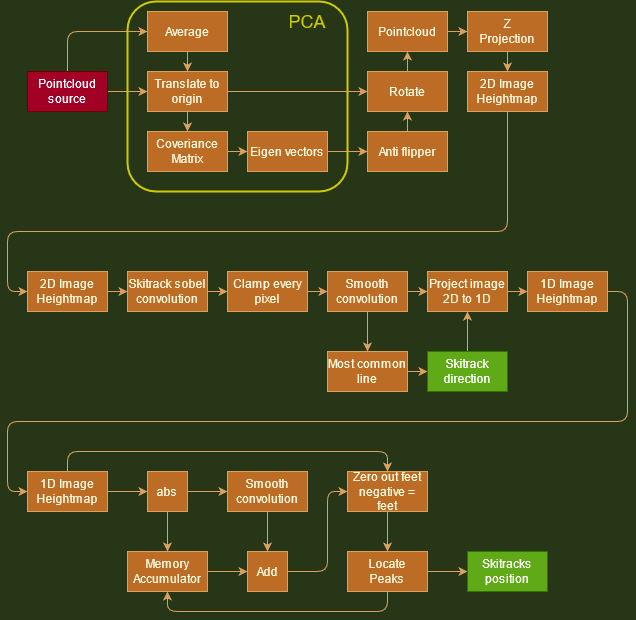
KenthJohan/lidar_skitrack keeps this draw.io diagram as skitrackalg.png. Above is the earlier version. Source tidied: cells renumbered, new cells last; positions are measured from the earlier drawing's top-left corner, leaving out a move shared by most shapes.
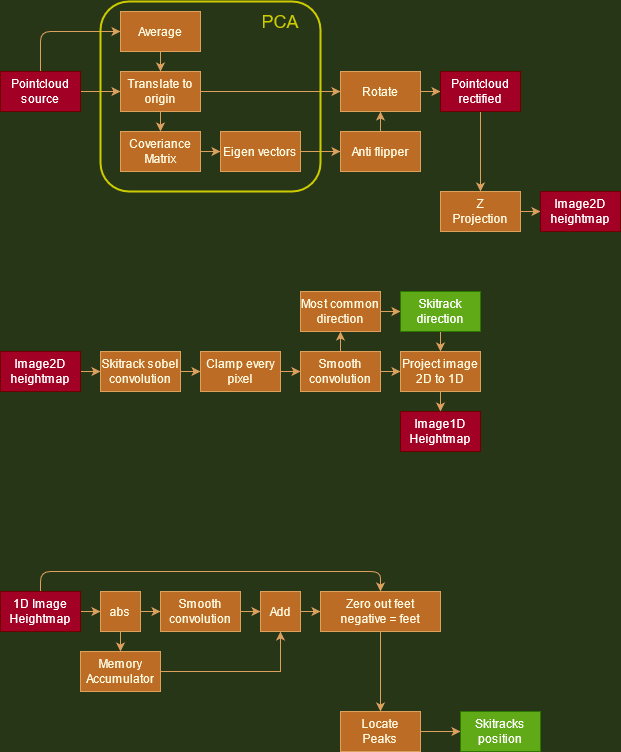
The same file after the commit.

What changed in the source:
```diff
@@ -29,7 +29,7 @@
     <mxCell id="10" value="Pointcloud&lt;br&gt;source" style="rounded=0;whiteSpace=wrap;html=1;fillColor=#a20025;strokeColor=#6F0000;fontColor=#ffffff;" parent="1" vertex="1">
       <mxGeometry x="20" y="70" width="80" height="40" as="geometry" />
     </mxCell>
-    <mxCell id="11" style="edgeStyle=orthogonalEdgeStyle;curved=0;rounded=1;sketch=0;jettySize=auto;html=1;exitX=0.5;exitY=0;exitDx=0;exitDy=0;entryX=0.5;entryY=1;entryDx=0;entryDy=0;strokeColor=#DDA15E;fillColor=#BC6C25;fontColor=#FEFAE0;" parent="1" edge="1" source="12" target="19">
+    <mxCell id="11" style="edgeStyle=orthogonalEdgeStyle;rounded=0;jettySize=auto;html=1;exitX=1;exitY=0.5;exitDx=0;exitDy=0;entryX=0;entryY=0.5;entryDx=0;entryDy=0;strokeColor=#DDA15E;" parent="1" edge="1" source="12" target="19">
       <mxGeometry relative="1" as="geometry" />
     </mxCell>
     <mxCell id="12" value="Rotate" style="rounded=0;whiteSpace=wrap;html=1;fillColor=#BC6C25;strokeColor=#DDA15E;fontColor=#FEFAE0;" parent="1" vertex="1">
@@ -50,69 +50,59 @@
     <mxCell id="17" value="Average" style="rounded=0;whiteSpace=wrap;html=1;fillColor=#BC6C25;strokeColor=#DDA15E;fontColor=#FEFAE0;" parent="1" vertex="1">
       <mxGeometry x="140" y="10" width="80" height="40" as="geometry" />
     </mxCell>
-    <mxCell id="18" style="edgeStyle=orthogonalEdgeStyle;curved=0;rounded=1;sketch=0;jettySize=auto;html=1;exitX=1;exitY=0.5;exitDx=0;exitDy=0;entryX=0;entryY=0.5;entryDx=0;entryDy=0;strokeColor=#DDA15E;fillColor=#BC6C25;fontColor=#FEFAE0;" parent="1" edge="1" source="19" target="41">
+    <mxCell id="18" style="edgeStyle=orthogonalEdgeStyle;rounded=0;jettySize=auto;html=1;exitX=0.5;exitY=1;exitDx=0;exitDy=0;entryX=0.5;entryY=0;entryDx=0;entryDy=0;strokeColor=#DDA15E;" parent="1" edge="1" source="19" target="41">
       <mxGeometry relative="1" as="geometry" />
     </mxCell>
-    <mxCell id="19" value="Pointcloud" style="rounded=0;whiteSpace=wrap;html=1;fillColor=#BC6C25;strokeColor=#DDA15E;fontColor=#FEFAE0;glass=0;sketch=0;shadow=0;absoluteArcSize=0;snapToPoint=1;" parent="1" vertex="1">
-      <mxGeometry x="360" y="10" width="80" height="40" as="geometry" />
+    <mxCell id="19" value="Pointcloud&lt;br&gt;rectified" style="rounded=0;whiteSpace=wrap;html=1;fillColor=#a20025;strokeColor=#6F0000;fontColor=#ffffff;glass=0;sketch=0;shadow=0;absoluteArcSize=0;snapToPoint=1;" parent="1" vertex="1">
+      <mxGeometry x="460" y="70" width="80" height="40" as="geometry" />
     </mxCell>
     <mxCell id="20" style="edgeStyle=orthogonalEdgeStyle;curved=0;rounded=1;sketch=0;jettySize=auto;html=1;exitX=1;exitY=0.5;exitDx=0;exitDy=0;entryX=0;entryY=0.5;entryDx=0;entryDy=0;strokeColor=#DDA15E;fillColor=#BC6C25;fontColor=#FEFAE0;" parent="1" edge="1" source="21" target="23">
       <mxGeometry relative="1" as="geometry" />
     </mxCell>
-    <mxCell id="21" value="2D Image&lt;br&gt;Heightmap" style="rounded=0;whiteSpace=wrap;html=1;fillColor=#BC6C25;strokeColor=#DDA15E;fontColor=#FEFAE0;" parent="1" vertex="1">
-      <mxGeometry x="20" y="270" width="80" height="40" as="geometry" />
+    <mxCell id="21" value="Image2D&lt;br&gt;heightmap" style="rounded=0;whiteSpace=wrap;html=1;fillColor=#a20025;strokeColor=#6F0000;fontColor=#ffffff;" parent="1" vertex="1">
+      <mxGeometry x="20" y="350" width="80" height="40" as="geometry" />
     </mxCell>
     <mxCell id="22" style="edgeStyle=orthogonalEdgeStyle;curved=0;rounded=1;sketch=0;jettySize=auto;html=1;exitX=1;exitY=0.5;exitDx=0;exitDy=0;entryX=0;entryY=0.5;entryDx=0;entryDy=0;strokeColor=#DDA15E;fillColor=#BC6C25;fontColor=#FEFAE0;" parent="1" edge="1" source="23" target="25">
       <mxGeometry relative="1" as="geometry" />
     </mxCell>
     <mxCell id="23" value="Skitrack sobel&lt;br&gt;convolution" style="rounded=0;whiteSpace=wrap;html=1;fillColor=#BC6C25;strokeColor=#DDA15E;fontColor=#FEFAE0;" parent="1" vertex="1">
-      <mxGeometry x="120" y="270" width="80" height="40" as="geometry" />
+      <mxGeometry x="120" y="350" width="80" height="40" as="geometry" />
     </mxCell>
     <mxCell id="24" style="edgeStyle=orthogonalEdgeStyle;curved=0;rounded=1;sketch=0;jettySize=auto;html=1;exitX=1;exitY=0.5;exitDx=0;exitDy=0;entryX=0;entryY=0.5;entryDx=0;entryDy=0;strokeColor=#DDA15E;fillColor=#BC6C25;fontColor=#FEFAE0;" parent="1" edge="1" source="25" target="28">
       <mxGeometry relative="1" as="geometry" />
     </mxCell>
     <mxCell id="25" value="Clamp every pixel" style="rounded=0;whiteSpace=wrap;html=1;fillColor=#BC6C25;strokeColor=#DDA15E;fontColor=#FEFAE0;" parent="1" vertex="1">
-      <mxGeometry x="220" y="270" width="80" height="40" as="geometry" />
+      <mxGeometry x="220" y="350" width="80" height="40" as="geometry" />
     </mxCell>
+    <mxCell id="27" style="edgeStyle=orthogonalEdgeStyle;curved=0;rounded=1;sketch=0;jettySize=auto;html=1;exitX=1;exitY=0.5;exitDx=0;exitDy=0;entryX=0;entryY=0.5;entryDx=0;entryDy=0;strokeColor=#DDA15E;fillColor=#BC6C25;fontColor=#FEFAE0;" parent="1" edge="1" source="28" target="32">
+      <mxGeometry relative="1" as="geometry" />
+    </mxCell>
-    <mxCell id="26" style="edgeStyle=orthogonalEdgeStyle;curved=0;rounded=1;sketch=0;jettySize=auto;html=1;exitX=0.5;exitY=1;exitDx=0;exitDy=0;entryX=0.5;entryY=0;entryDx=0;entryDy=0;strokeColor=#DDA15E;fillColor=#BC6C25;fontColor=#FEFAE0;" parent="1" edge="1" source="28" target="30">
+    <mxCell id="26" style="edgeStyle=orthogonalEdgeStyle;rounded=0;jettySize=auto;html=1;exitX=0.5;exitY=0;exitDx=0;exitDy=0;entryX=0.5;entryY=1;entryDx=0;entryDy=0;strokeColor=#DDA15E;" parent="1" edge="1" source="28" target="30">
       <mxGeometry relative="1" as="geometry" />
     </mxCell>
-    <mxCell id="27" style="edgeStyle=orthogonalEdgeStyle;curved=0;rounded=1;sketch=0;jettySize=auto;html=1;exitX=1;exitY=0.5;exitDx=0;exitDy=0;entryX=0;entryY=0.5;entryDx=0;entryDy=0;strokeColor=#DDA15E;fillColor=#BC6C25;fontColor=#FEFAE0;" parent="1" edge="1" source="28" target="32">
-      <mxGeometry relative="1" as="geometry" />
-    </mxCell>
     <mxCell id="28" value="Smooth&lt;br&gt;convolution" style="rounded=0;whiteSpace=wrap;html=1;fillColor=#BC6C25;strokeColor=#DDA15E;fontColor=#FEFAE0;" parent="1" vertex="1">
-      <mxGeometry x="320" y="270" width="80" height="40" as="geometry" />
+      <mxGeometry x="320" y="350" width="80" height="40" as="geometry" />
     </mxCell>
     <mxCell id="29" style="edgeStyle=orthogonalEdgeStyle;curved=0;rounded=1;sketch=0;jettySize=auto;html=1;exitX=1;exitY=0.5;exitDx=0;exitDy=0;entryX=0;entryY=0.5;entryDx=0;entryDy=0;strokeColor=#DDA15E;fillColor=#BC6C25;fontColor=#FEFAE0;" parent="1" edge="1" source="30" target="34">
       <mxGeometry relative="1" as="geometry" />
     </mxCell>
-    <mxCell id="30" value="Most common line" style="rounded=0;whiteSpace=wrap;html=1;fillColor=#BC6C25;strokeColor=#DDA15E;fontColor=#FEFAE0;" parent="1" vertex="1">
-      <mxGeometry x="320" y="350" width="80" height="40" as="geometry" />
+    <mxCell id="30" value="Most common direction" style="rounded=0;whiteSpace=wrap;html=1;fillColor=#BC6C25;strokeColor=#DDA15E;fontColor=#FEFAE0;" parent="1" vertex="1">
+      <mxGeometry x="320" y="290" width="80" height="40" as="geometry" />
     </mxCell>
-    <mxCell id="31" style="edgeStyle=orthogonalEdgeStyle;curved=0;rounded=1;sketch=0;jettySize=auto;html=1;exitX=1;exitY=0.5;exitDx=0;exitDy=0;entryX=0;entryY=0.5;entryDx=0;entryDy=0;strokeColor=#DDA15E;fillColor=#BC6C25;fontColor=#FEFAE0;" parent="1" edge="1" source="32" target="36">
+    <mxCell id="31" style="edgeStyle=orthogonalEdgeStyle;rounded=0;jettySize=auto;html=1;exitX=0.5;exitY=1;exitDx=0;exitDy=0;entryX=0.5;entryY=0;entryDx=0;entryDy=0;strokeColor=#DDA15E;" parent="1" edge="1" source="32" target="36">
       <mxGeometry relative="1" as="geometry" />
     </mxCell>
     <mxCell id="32" value="Project image&lt;br&gt;2D to 1D" style="rounded=0;whiteSpace=wrap;html=1;fillColor=#BC6C25;strokeColor=#DDA15E;fontColor=#FEFAE0;" parent="1" vertex="1">
-      <mxGeometry x="420" y="270" width="80" height="40" as="geometry" />
+      <mxGeometry x="420" y="350" width="80" height="40" as="geometry" />
     </mxCell>
-    <mxCell id="33" style="edgeStyle=orthogonalEdgeStyle;curved=0;rounded=1;sketch=0;jettySize=auto;html=1;exitX=0.5;exitY=0;exitDx=0;exitDy=0;entryX=0.5;entryY=1;entryDx=0;entryDy=0;strokeColor=#DDA15E;fillColor=#BC6C25;fontColor=#FEFAE0;" parent="1" edge="1" source="34" target="32">
+    <mxCell id="33" style="edgeStyle=orthogonalEdgeStyle;rounded=0;jettySize=auto;html=1;exitX=0.5;exitY=1;exitDx=0;exitDy=0;entryX=0.5;entryY=0;entryDx=0;entryDy=0;strokeColor=#DDA15E;" parent="1" edge="1" source="34" target="32">
       <mxGeometry relative="1" as="geometry" />
     </mxCell>
     <mxCell id="34" value="Skitrack&lt;br&gt;direction" style="rounded=0;whiteSpace=wrap;html=1;strokeColor=#2D7600;fontColor=#ffffff;fillColor=#60a917;" parent="1" vertex="1">
-      <mxGeometry x="420" y="350" width="80" height="40" as="geometry" />
+      <mxGeometry x="420" y="290" width="80" height="40" as="geometry" />
     </mxCell>
-    <mxCell id="35" style="edgeStyle=orthogonalEdgeStyle;curved=0;rounded=1;sketch=0;jettySize=auto;html=1;exitX=1;exitY=0.5;exitDx=0;exitDy=0;entryX=0;entryY=0.5;entryDx=0;entryDy=0;strokeColor=#DDA15E;fillColor=#BC6C25;fontColor=#FEFAE0;" parent="1" edge="1" source="36" target="39">
-      <mxGeometry relative="1" as="geometry">
-        <Array as="points">
-          <mxPoint x="620" y="290" />
-          <mxPoint x="620" y="420" />
-          <mxPoint y="420" />
-          <mxPoint y="490" />
-        </Array>
-      </mxGeometry>
-    </mxCell>
-    <mxCell id="36" value="1D Image&lt;br&gt;Heightmap" style="rounded=0;whiteSpace=wrap;html=1;fillColor=#BC6C25;strokeColor=#DDA15E;fontColor=#FEFAE0;" parent="1" vertex="1">
-      <mxGeometry x="520" y="270" width="80" height="40" as="geometry" />
+    <mxCell id="36" value="Image1D&lt;br&gt;Heightmap" style="rounded=0;whiteSpace=wrap;html=1;fillColor=#a20025;strokeColor=#6F0000;fontColor=#ffffff;" parent="1" vertex="1">
+      <mxGeometry x="420" y="410" width="80" height="40" as="geometry" />
     </mxCell>
     <mxCell id="37" style="edgeStyle=orthogonalEdgeStyle;curved=0;rounded=1;sketch=0;jettySize=auto;html=1;exitX=1;exitY=0.5;exitDx=0;exitDy=0;entryX=0;entryY=0.5;entryDx=0;entryDy=0;strokeColor=#DDA15E;fillColor=#BC6C25;fontColor=#FEFAE0;" parent="1" edge="1" source="39" target="46">
       <mxGeometry relative="1" as="geometry" />
@@ -120,26 +110,17 @@
     <mxCell id="38" style="edgeStyle=orthogonalEdgeStyle;curved=0;rounded=1;sketch=0;jettySize=auto;html=1;exitX=0.5;exitY=0;exitDx=0;exitDy=0;entryX=0.5;entryY=0;entryDx=0;entryDy=0;strokeColor=#DDA15E;fillColor=#BC6C25;fontColor=#FEFAE0;" parent="1" edge="1" source="39" target="54">
       <mxGeometry relative="1" as="geometry" />
     </mxCell>
-    <mxCell id="39" value="1D Image&lt;br&gt;Heightmap" style="rounded=0;whiteSpace=wrap;html=1;fillColor=#BC6C25;strokeColor=#DDA15E;fontColor=#FEFAE0;" parent="1" vertex="1">
-      <mxGeometry x="20" y="470" width="80" height="40" as="geometry" />
+    <mxCell id="39" value="1D Image&lt;br&gt;Heightmap" style="rounded=0;whiteSpace=wrap;html=1;fillColor=#a20025;strokeColor=#6F0000;fontColor=#ffffff;" parent="1" vertex="1">
+      <mxGeometry x="20" y="590" width="80" height="40" as="geometry" />
     </mxCell>
-    <mxCell id="40" style="edgeStyle=orthogonalEdgeStyle;curved=0;rounded=1;sketch=0;jettySize=auto;html=1;exitX=0.5;exitY=1;exitDx=0;exitDy=0;entryX=0.5;entryY=0;entryDx=0;entryDy=0;strokeColor=#DDA15E;fillColor=#BC6C25;fontColor=#FEFAE0;" parent="1" edge="1" source="41" target="43">
+    <mxCell id="40" style="edgeStyle=orthogonalEdgeStyle;rounded=0;jettySize=auto;html=1;exitX=1;exitY=0.5;exitDx=0;exitDy=0;entryX=0;entryY=0.5;entryDx=0;entryDy=0;strokeColor=#DDA15E;" parent="1" edge="1" source="41" target="43">
       <mxGeometry relative="1" as="geometry" />
     </mxCell>
     <mxCell id="41" value="Z&lt;br&gt;Projection" style="rounded=0;whiteSpace=wrap;html=1;fillColor=#BC6C25;strokeColor=#DDA15E;fontColor=#FEFAE0;" parent="1" vertex="1">
-      <mxGeometry x="460" y="10" width="80" height="40" as="geometry" />
+      <mxGeometry x="460" y="190" width="80" height="40" as="geometry" />
     </mxCell>
-    <mxCell id="42" style="edgeStyle=orthogonalEdgeStyle;curved=0;rounded=1;sketch=0;jettySize=auto;html=1;exitX=0.5;exitY=1;exitDx=0;exitDy=0;entryX=0;entryY=0.5;entryDx=0;entryDy=0;strokeColor=#DDA15E;fillColor=#BC6C25;fontColor=#FEFAE0;" parent="1" edge="1" source="43" target="21">
-      <mxGeometry relative="1" as="geometry">
-        <Array as="points">
-          <mxPoint x="500" y="230" />
-          <mxPoint y="230" />
-          <mxPoint y="290" />
-        </Array>
-      </mxGeometry>
-    </mxCell>
-    <mxCell id="43" value="2D Image&lt;br&gt;Heightmap" style="rounded=0;whiteSpace=wrap;html=1;fillColor=#BC6C25;strokeColor=#DDA15E;fontColor=#FEFAE0;" parent="1" vertex="1">
-      <mxGeometry x="460" y="70" width="80" height="40" as="geometry" />
+    <mxCell id="43" value="Image2D&lt;br&gt;heightmap" style="rounded=0;whiteSpace=wrap;html=1;strokeColor=#6F0000;fontColor=#ffffff;fillColor=#a20025;" parent="1" vertex="1">
+      <mxGeometry x="560" y="190" width="80" height="40" as="geometry" />
     </mxCell>
     <mxCell id="44" style="edgeStyle=orthogonalEdgeStyle;curved=0;rounded=1;sketch=0;jettySize=auto;html=1;exitX=1;exitY=0.5;exitDx=0;exitDy=0;entryX=0;entryY=0.5;entryDx=0;entryDy=0;strokeColor=#DDA15E;fillColor=#BC6C25;fontColor=#FEFAE0;" parent="1" edge="1" source="46" target="48">
       <mxGeometry relative="1" as="geometry" />
@@ -148,48 +129,40 @@
       <mxGeometry relative="1" as="geometry" />
     </mxCell>
     <mxCell id="46" value="abs" style="rounded=0;whiteSpace=wrap;html=1;fillColor=#BC6C25;strokeColor=#DDA15E;fontColor=#FEFAE0;" parent="1" vertex="1">
-      <mxGeometry x="140" y="470" width="40" height="40" as="geometry" />
+      <mxGeometry x="120" y="590" width="40" height="40" as="geometry" />
     </mxCell>
-    <mxCell id="47" style="edgeStyle=orthogonalEdgeStyle;curved=0;rounded=1;sketch=0;jettySize=auto;html=1;exitX=0.5;exitY=1;exitDx=0;exitDy=0;entryX=0.5;entryY=0;entryDx=0;entryDy=0;strokeColor=#DDA15E;fillColor=#BC6C25;fontColor=#FEFAE0;" parent="1" edge="1" source="48" target="52">
+    <mxCell id="47" style="edgeStyle=orthogonalEdgeStyle;rounded=0;jettySize=auto;html=1;exitX=1;exitY=0.5;exitDx=0;exitDy=0;entryX=0;entryY=0.5;entryDx=0;entryDy=0;strokeColor=#DDA15E;" parent="1" edge="1" source="48" target="52">
       <mxGeometry relative="1" as="geometry" />
     </mxCell>
     <mxCell id="48" value="Smooth&lt;br&gt;convolution" style="rounded=0;whiteSpace=wrap;html=1;fillColor=#BC6C25;strokeColor=#DDA15E;fontColor=#FEFAE0;" parent="1" vertex="1">
-      <mxGeometry x="220" y="470" width="80" height="40" as="geometry" />
+      <mxGeometry x="180" y="590" width="80" height="40" as="geometry" />
     </mxCell>
-    <mxCell id="49" style="edgeStyle=orthogonalEdgeStyle;curved=0;rounded=1;sketch=0;jettySize=auto;html=1;exitX=1;exitY=0.5;exitDx=0;exitDy=0;entryX=0;entryY=0.5;entryDx=0;entryDy=0;strokeColor=#DDA15E;fillColor=#BC6C25;fontColor=#FEFAE0;" parent="1" edge="1" source="50" target="52">
+    <mxCell id="49" style="edgeStyle=orthogonalEdgeStyle;rounded=0;jettySize=auto;html=1;exitX=1;exitY=0.5;exitDx=0;exitDy=0;entryX=0.5;entryY=1;entryDx=0;entryDy=0;strokeColor=#DDA15E;" parent="1" edge="1" source="50" target="52">
       <mxGeometry relative="1" as="geometry" />
     </mxCell>
     <mxCell id="50" value="Memory&lt;br&gt;Accumulator" style="rounded=0;whiteSpace=wrap;html=1;fillColor=#BC6C25;strokeColor=#DDA15E;fontColor=#FEFAE0;" parent="1" vertex="1">
-      <mxGeometry x="120" y="550" width="80" height="40" as="geometry" />
+      <mxGeometry x="100" y="650" width="80" height="40" as="geometry" />
     </mxCell>
-    <mxCell id="51" style="edgeStyle=orthogonalEdgeStyle;curved=0;rounded=1;sketch=0;jettySize=auto;html=1;exitX=1;exitY=0.5;exitDx=0;exitDy=0;entryX=0;entryY=0.5;entryDx=0;entryDy=0;strokeColor=#DDA15E;fillColor=#BC6C25;fontColor=#FEFAE0;" parent="1" edge="1" source="52" target="54">
-      <mxGeometry relative="1" as="geometry">
-        <Array as="points">
-          <mxPoint x="320" y="570" />
-          <mxPoint x="320" y="490" />
-        </Array>
-      </mxGeometry>
+    <mxCell id="51" style="edgeStyle=orthogonalEdgeStyle;rounded=0;jettySize=auto;html=1;exitX=1;exitY=0.5;exitDx=0;exitDy=0;entryX=0;entryY=0.5;entryDx=0;entryDy=0;strokeColor=#DDA15E;" parent="1" edge="1" source="52" target="54">
+      <mxGeometry relative="1" as="geometry" />
     </mxCell>
     <mxCell id="52" value="Add" style="rounded=0;whiteSpace=wrap;html=1;fillColor=#BC6C25;strokeColor=#DDA15E;fontColor=#FEFAE0;" parent="1" vertex="1">
-      <mxGeometry x="240" y="550" width="40" height="40" as="geometry" />
+      <mxGeometry x="280" y="590" width="40" height="40" as="geometry" />
     </mxCell>
-    <mxCell id="53" style="edgeStyle=orthogonalEdgeStyle;curved=0;rounded=1;sketch=0;jettySize=auto;html=1;exitX=0.5;exitY=1;exitDx=0;exitDy=0;entryX=0.5;entryY=0;entryDx=0;entryDy=0;strokeColor=#DDA15E;fillColor=#BC6C25;fontColor=#FEFAE0;" parent="1" edge="1" source="54" target="57">
+    <mxCell id="53" style="edgeStyle=orthogonalEdgeStyle;rounded=0;jettySize=auto;html=1;exitX=0.5;exitY=1;exitDx=0;exitDy=0;entryX=0.5;entryY=0;entryDx=0;entryDy=0;strokeColor=#DDA15E;" parent="1" edge="1" source="54" target="57">
       <mxGeometry relative="1" as="geometry" />
     </mxCell>
     <mxCell id="54" value="Zero out feet&lt;br&gt;negative = feet" style="rounded=0;whiteSpace=wrap;html=1;fillColor=#BC6C25;strokeColor=#DDA15E;fontColor=#FEFAE0;" parent="1" vertex="1">
-      <mxGeometry x="340" y="470" width="80" height="40" as="geometry" />
+      <mxGeometry x="340" y="590" width="120" height="40" as="geometry" />
     </mxCell>
-    <mxCell id="55" style="edgeStyle=orthogonalEdgeStyle;curved=0;rounded=1;sketch=0;jettySize=auto;html=1;exitX=0.5;exitY=1;exitDx=0;exitDy=0;entryX=0.5;entryY=1;entryDx=0;entryDy=0;strokeColor=#DDA15E;fillColor=#BC6C25;fontColor=#FEFAE0;" parent="1" edge="1" source="57" target="50">
-      <mxGeometry relative="1" as="geometry" />
-    </mxCell>
-    <mxCell id="56" style="edgeStyle=orthogonalEdgeStyle;curved=0;rounded=1;sketch=0;jettySize=auto;html=1;strokeColor=#DDA15E;fillColor=#BC6C25;fontColor=#FEFAE0;" parent="1" edge="1" source="57" target="58">
+    <mxCell id="56" style="edgeStyle=orthogonalEdgeStyle;rounded=0;jettySize=auto;html=1;exitX=1;exitY=0.5;exitDx=0;exitDy=0;entryX=0;entryY=0.5;entryDx=0;entryDy=0;strokeColor=#DDA15E;" parent="1" edge="1" source="57" target="58">
       <mxGeometry relative="1" as="geometry" />
     </mxCell>
     <mxCell id="57" value="Locate&lt;br&gt;Peaks" style="rounded=0;whiteSpace=wrap;html=1;fillColor=#BC6C25;strokeColor=#DDA15E;fontColor=#FEFAE0;" parent="1" vertex="1">
-      <mxGeometry x="340" y="550" width="80" height="40" as="geometry" />
+      <mxGeometry x="360" y="710" width="80" height="40" as="geometry" />
     </mxCell>
     <mxCell id="58" value="Skitracks position" style="rounded=0;whiteSpace=wrap;html=1;fillColor=#60a917;strokeColor=#2D7600;fontColor=#ffffff;" parent="1" vertex="1">
-      <mxGeometry x="460" y="550" width="80" height="40" as="geometry" />
+      <mxGeometry x="480" y="710" width="80" height="40" as="geometry" />
     </mxCell>
     <mxCell id="59" style="rounded=1;whiteSpace=wrap;html=1;shadow=0;glass=0;sketch=0;strokeColor=#CCCC00;strokeWidth=2;fillColor=none;fontColor=#FEFAE0;" parent="1" vertex="1">
       <mxGeometry x="120" width="220" height="190" as="geometry" />
```
